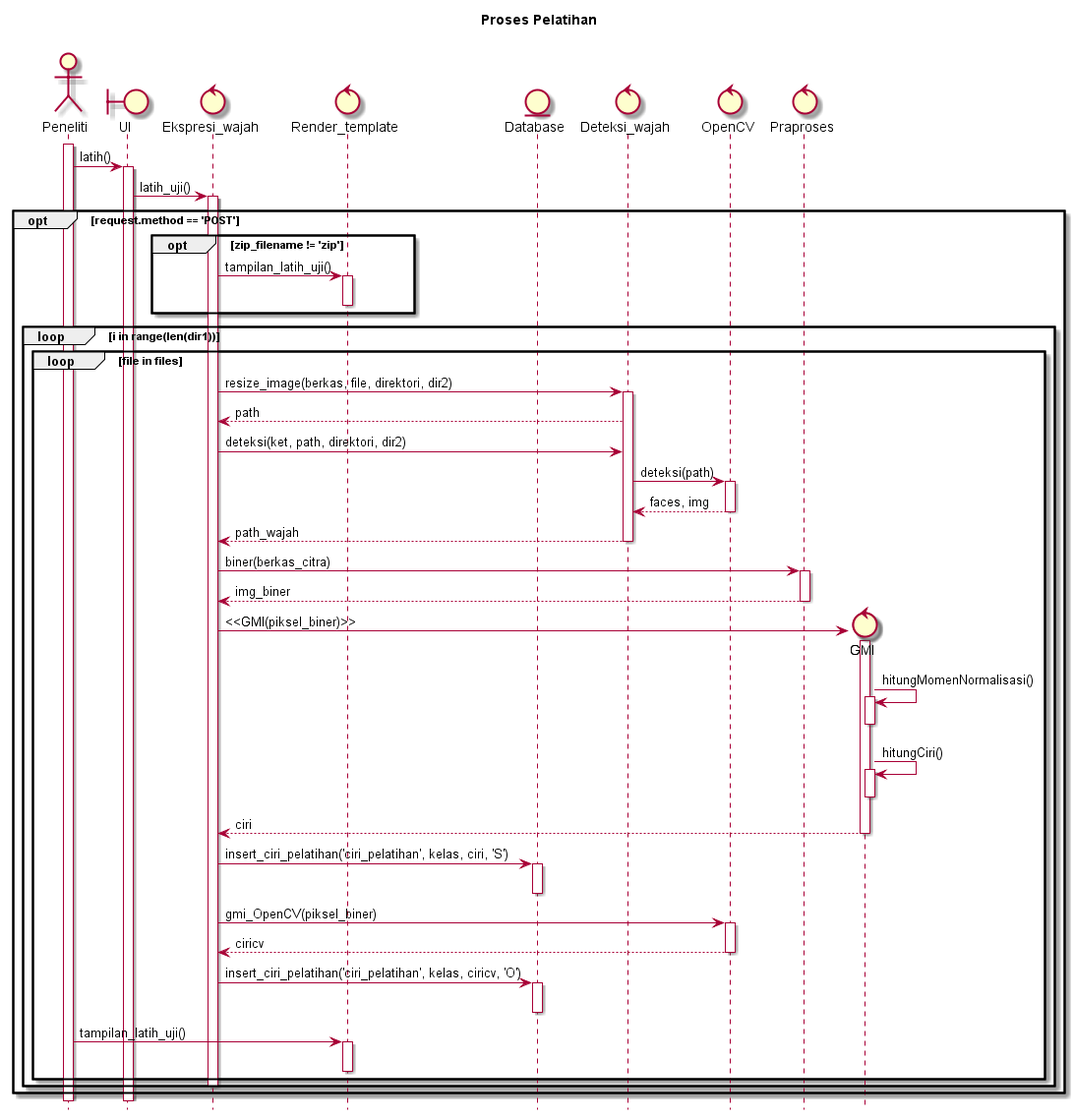
The PlantUML diagram diagram/SD_pelatihan V2.png in ayulestari10/gmisvm, before a commit.
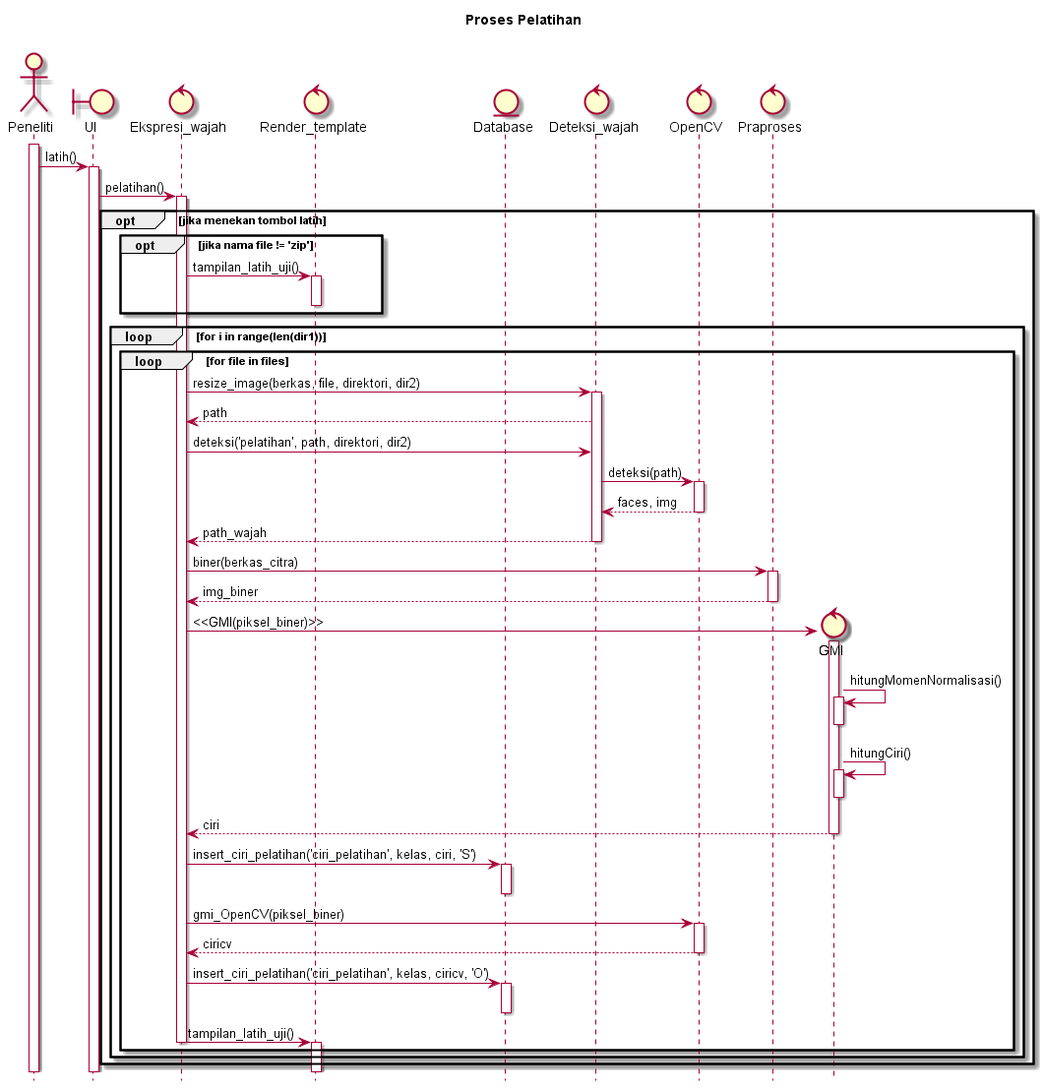
The same file after the commit.

Diff of the diagram source:
```diff
@@ -14,22 +14,23 @@
 activate Peneliti
 Peneliti -> UI : latih()
 activate UI
-UI -> Ekspresi_wajah : latih_uji()
+UI -> Ekspresi_wajah : pelatihan()
 activate Ekspresi_wajah
-	opt request.method == 'POST'
 
-		opt zip_filename != 'zip'
+	opt jika menekan tombol latih
+
+		opt jika nama file != 'zip'
 			Ekspresi_wajah -> Render_template : tampilan_latih_uji()
 			activate Render_template
 			deactivate Render_template
 		end
 
-		loop i in range(len(dir1))
-			loop file in files
+		loop for i in range(len(dir1))
+			loop for file in files
 				Ekspresi_wajah -> Deteksi_wajah : resize_image(berkas, file, direktori, dir2)
 				activate Deteksi_wajah
 				Deteksi_wajah  --> Ekspresi_wajah : path
-				Ekspresi_wajah -> Deteksi_wajah : deteksi(ket, path, direktori, dir2)
+				Ekspresi_wajah -> Deteksi_wajah : deteksi('pelatihan', path, direktori, dir2)
 
 				Deteksi_wajah -> OpenCV : deteksi(path)
 				activate OpenCV
@@ -66,11 +67,11 @@
 				activate Database
 				deactivate Database
 
-				Peneliti -> Render_template : tampilan_latih_uji()
+				Ekspresi_wajah -> Render_template : tampilan_latih_uji()
+				deactivate Ekspresi_wajah
 				activate Render_template
 				deactivate Render_template
 			end
-			deactivate Ekspresi_wajah
 		end
 
 	end
```
